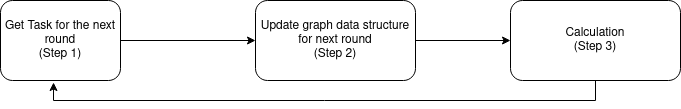
Above: thesis-paper/images/normal_round_execution.png in danganhvu1998/thesis_page_rank (draw.io), before the change. Source tidied: cells renumbered, new cells last; positions are measured from the earlier drawing's top-left corner, leaving out a move shared by most shapes.
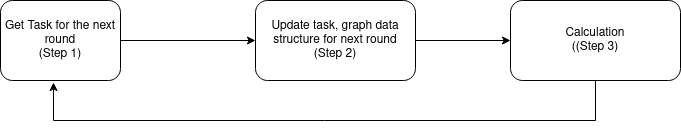
After the commit.

Change to the diagram source:
```diff
@@ -2,29 +2,29 @@
   <root>
     <mxCell id="0" />
     <mxCell id="1" parent="0" />
-    <mxCell id="2" style="edgeStyle=orthogonalEdgeStyle;rounded=0;jettySize=auto;html=1;" parent="1" edge="1" source="3" target="5">
-      <mxGeometry relative="1" as="geometry" />
-    </mxCell>
+    <mxCell id="8" style="edgeStyle=orthogonalEdgeStyle;rounded=0;jettySize=auto;html=1;" parent="1" edge="1" source="3" target="10">
+      <mxGeometry relative="1" as="geometry" />
+    </mxCell>
     <mxCell id="3" value="&lt;div&gt;Get Task for the next round&lt;/div&gt;&lt;div&gt;(Step 1)&lt;br&gt;&lt;/div&gt;" style="rounded=1;whiteSpace=wrap;html=1;fontSize=12;glass=0;strokeWidth=1;shadow=0;" parent="1" vertex="1">
       <mxGeometry width="120" height="80" as="geometry" />
     </mxCell>
-    <mxCell id="4" style="edgeStyle=orthogonalEdgeStyle;rounded=0;jettySize=auto;html=1;" parent="1" edge="1" source="5" target="6">
-      <mxGeometry relative="1" as="geometry" />
-    </mxCell>
-    <mxCell id="5" value="&lt;div&gt;Update graph data structure for next round&lt;/div&gt;&lt;div&gt;(Step 2)&lt;br&gt;&lt;/div&gt;" style="rounded=1;whiteSpace=wrap;html=1;fontSize=12;glass=0;strokeWidth=1;shadow=0;" parent="1" vertex="1">
-      <mxGeometry x="255" width="160" height="80" as="geometry" />
-    </mxCell>
-    <mxCell id="6" value="&lt;div&gt;Calculation &lt;br&gt;&lt;/div&gt;&lt;div&gt;(Step 3)&lt;br&gt;&lt;/div&gt;" style="rounded=1;whiteSpace=wrap;html=1;fontSize=12;glass=0;strokeWidth=1;shadow=0;" parent="1" vertex="1">
-      <mxGeometry x="510" width="170" height="80" as="geometry" />
-    </mxCell>
-    <mxCell id="7" style="edgeStyle=orthogonalEdgeStyle;rounded=0;jettySize=auto;html=1;entryX=0.442;entryY=1.025;entryDx=0;entryDy=0;entryPerimeter=0;" parent="1" edge="1" target="3">
-      <mxGeometry relative="1" as="geometry">
-        <mxPoint x="595" y="80" as="sourcePoint" />
-        <Array as="points">
-          <mxPoint x="595" y="100" />
-          <mxPoint x="53" y="100" />
-        </Array>
-      </mxGeometry>
-    </mxCell>
+    <mxCell id="9" style="edgeStyle=orthogonalEdgeStyle;rounded=0;jettySize=auto;html=1;" parent="1" edge="1" source="10" target="11">
+      <mxGeometry relative="1" as="geometry" />
+    </mxCell>
+    <mxCell id="10" value="&lt;div&gt;Update task, graph data structure for next round&lt;/div&gt;&lt;div&gt;(Step 2)&lt;br&gt;&lt;/div&gt;" style="rounded=1;whiteSpace=wrap;html=1;fontSize=12;glass=0;strokeWidth=1;shadow=0;" parent="1" vertex="1">
+      <mxGeometry x="255" width="160" height="80" as="geometry" />
+    </mxCell>
+    <mxCell id="11" value="&lt;div&gt;Calculation &lt;br&gt;&lt;/div&gt;&lt;div&gt;((Step 3)&lt;br&gt;&lt;/div&gt;" style="rounded=1;whiteSpace=wrap;html=1;fontSize=12;glass=0;strokeWidth=1;shadow=0;" parent="1" vertex="1">
+      <mxGeometry x="510" width="170" height="80" as="geometry" />
+    </mxCell>
+    <mxCell id="12" style="edgeStyle=orthogonalEdgeStyle;rounded=0;jettySize=auto;html=1;entryX=0.442;entryY=1.025;entryDx=0;entryDy=0;entryPerimeter=0;" parent="1" edge="1" target="3">
+      <mxGeometry relative="1" as="geometry">
+        <mxPoint x="595" y="80" as="sourcePoint" />
+        <Array as="points">
+          <mxPoint x="595" y="120" />
+          <mxPoint x="53" y="120" />
+        </Array>
+      </mxGeometry>
+    </mxCell>
   </root>
 </mxGraphModel>
```
